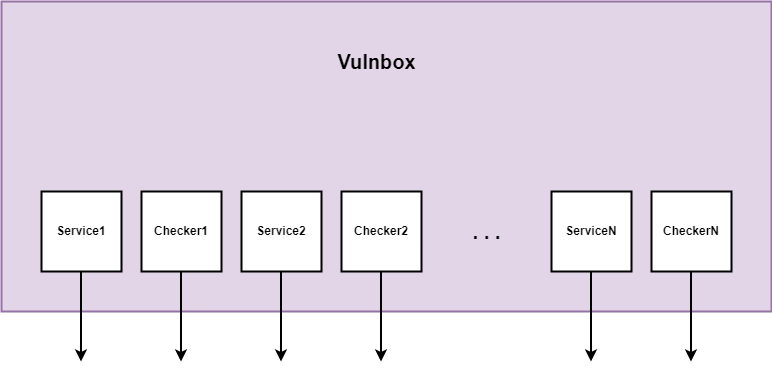
This is docs/img/vulnbox.png from ashiven/enosim, a draw.io export, as it was before one commit. Source tidied: cells renumbered, new cells last; positions are measured from the earlier drawing's top-left corner, leaving out a move shared by most shapes.
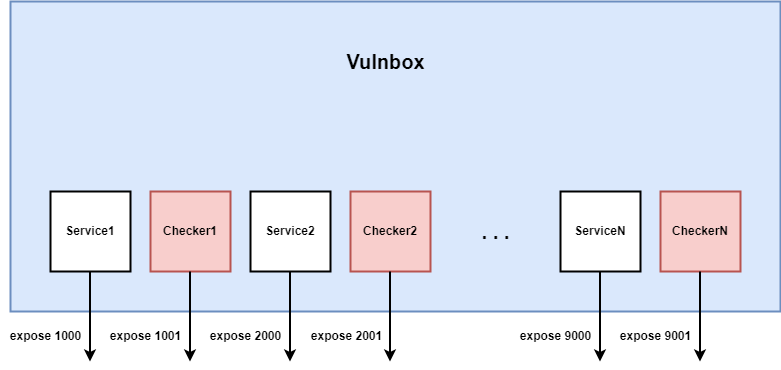
Above is the later version.

What changed in the source:
```diff
@@ -2,16 +2,16 @@
   <root>
     <mxCell id="0" />
     <mxCell id="1" parent="0" />
-    <mxCell id="2" style="rounded=0;whiteSpace=wrap;html=1;fillColor=#e1d5e7;strokeColor=#9673a6;strokeWidth=2;fontStyle=1;" parent="1" vertex="1">
+    <mxCell id="2" style="rounded=0;whiteSpace=wrap;html=1;fillColor=#dae8fc;strokeColor=#6c8ebf;strokeWidth=2;fontStyle=1;" parent="1" vertex="1">
       <mxGeometry width="770" height="310" as="geometry" />
     </mxCell>
     <mxCell id="3" value="Service1" style="whiteSpace=wrap;html=1;strokeWidth=2;fontStyle=1;" parent="1" vertex="1">
       <mxGeometry x="40" y="190" width="80" height="80" as="geometry" />
     </mxCell>
-    <mxCell id="4" value="Checker1" style="whiteSpace=wrap;html=1;strokeWidth=2;fontStyle=1;" parent="1" vertex="1">
+    <mxCell id="4" value="Checker1" style="whiteSpace=wrap;html=1;strokeWidth=2;fontStyle=1;fillColor=#f8cecc;strokeColor=#b85450;" parent="1" vertex="1">
       <mxGeometry x="140" y="190" width="80" height="80" as="geometry" />
     </mxCell>
-    <mxCell id="5" value="Checker2" style="whiteSpace=wrap;html=1;strokeWidth=2;fontStyle=1;" parent="1" vertex="1">
+    <mxCell id="5" value="Checker2" style="whiteSpace=wrap;html=1;strokeWidth=2;fontStyle=1;fillColor=#f8cecc;strokeColor=#b85450;" parent="1" vertex="1">
       <mxGeometry x="340" y="190" width="80" height="80" as="geometry" />
     </mxCell>
     <mxCell id="6" value="Service2" style="whiteSpace=wrap;html=1;strokeWidth=2;fontStyle=1;" parent="1" vertex="1">
@@ -20,7 +20,7 @@
     <mxCell id="7" value="ServiceN" style="whiteSpace=wrap;html=1;strokeWidth=2;fontStyle=1;" parent="1" vertex="1">
       <mxGeometry x="550" y="190" width="80" height="80" as="geometry" />
     </mxCell>
-    <mxCell id="8" value="CheckerN" style="whiteSpace=wrap;html=1;strokeWidth=2;fontStyle=1;" parent="1" vertex="1">
+    <mxCell id="8" value="CheckerN" style="whiteSpace=wrap;html=1;strokeWidth=2;fontStyle=1;fillColor=#f8cecc;strokeColor=#b85450;" parent="1" vertex="1">
       <mxGeometry x="650" y="190" width="80" height="80" as="geometry" />
     </mxCell>
     <mxCell id="9" value="&lt;b&gt;&lt;font style=&quot;font-size: 20px;&quot;&gt;Vulnbox&lt;/font&gt;&lt;/b&gt;" style="text;html=1;align=center;verticalAlign=middle;strokeColor=none;fillColor=none;" parent="1" vertex="1">
@@ -29,41 +29,59 @@
     <mxCell id="10" value=". . ." style="text;html=1;align=center;verticalAlign=middle;strokeColor=none;fillColor=none;fontStyle=1;fontSize=20;" parent="1" vertex="1">
       <mxGeometry x="460" y="210" width="50" height="40" as="geometry" />
     </mxCell>
-    <mxCell id="11" style="endArrow=classic;html=1;rounded=0;fontColor=#000000;strokeWidth=2;" parent="1" edge="1">
+    <mxCell id="11" style="endArrow=classic;html=1;rounded=0;fontColor=#000000;strokeWidth=2;fontStyle=1;" parent="1" edge="1">
       <mxGeometry relative="1" as="geometry">
         <mxPoint x="79.5" y="270" as="sourcePoint" />
         <mxPoint x="79.5" y="360" as="targetPoint" />
       </mxGeometry>
     </mxCell>
-    <mxCell id="12" style="endArrow=classic;html=1;rounded=0;fontColor=#000000;strokeWidth=2;" parent="1" edge="1">
+    <mxCell id="12" style="endArrow=classic;html=1;rounded=0;fontColor=#000000;strokeWidth=2;fontStyle=1;" parent="1" edge="1">
       <mxGeometry relative="1" as="geometry">
         <mxPoint x="689.5" y="270" as="sourcePoint" />
         <mxPoint x="689.5" y="360" as="targetPoint" />
       </mxGeometry>
     </mxCell>
-    <mxCell id="13" style="endArrow=classic;html=1;rounded=0;fontColor=#000000;strokeWidth=2;" parent="1" edge="1">
+    <mxCell id="13" style="endArrow=classic;html=1;rounded=0;fontColor=#000000;strokeWidth=2;fontStyle=1;" parent="1" edge="1">
       <mxGeometry relative="1" as="geometry">
         <mxPoint x="589.5" y="270" as="sourcePoint" />
         <mxPoint x="589.5" y="360" as="targetPoint" />
       </mxGeometry>
     </mxCell>
-    <mxCell id="14" style="endArrow=classic;html=1;rounded=0;fontColor=#000000;strokeWidth=2;" parent="1" edge="1">
+    <mxCell id="14" style="endArrow=classic;html=1;rounded=0;fontColor=#000000;strokeWidth=2;fontStyle=1;" parent="1" edge="1">
       <mxGeometry relative="1" as="geometry">
         <mxPoint x="379.5" y="270" as="sourcePoint" />
         <mxPoint x="379.5" y="360" as="targetPoint" />
       </mxGeometry>
     </mxCell>
-    <mxCell id="15" style="endArrow=classic;html=1;rounded=0;fontColor=#000000;strokeWidth=2;" parent="1" edge="1">
+    <mxCell id="15" style="endArrow=classic;html=1;rounded=0;fontColor=#000000;strokeWidth=2;fontStyle=1;" parent="1" edge="1">
       <mxGeometry relative="1" as="geometry">
         <mxPoint x="279.5" y="270" as="sourcePoint" />
         <mxPoint x="279.5" y="360" as="targetPoint" />
       </mxGeometry>
     </mxCell>
-    <mxCell id="16" style="endArrow=classic;html=1;rounded=0;fontColor=#000000;strokeWidth=2;" parent="1" edge="1">
+    <mxCell id="16" style="endArrow=classic;html=1;rounded=0;fontColor=#000000;strokeWidth=2;fontStyle=1;" parent="1" edge="1">
       <mxGeometry relative="1" as="geometry">
         <mxPoint x="179.5" y="270" as="sourcePoint" />
         <mxPoint x="179.5" y="360" as="targetPoint" />
       </mxGeometry>
     </mxCell>
+    <mxCell id="17" value="expose 1000" style="text;html=1;align=center;verticalAlign=middle;strokeColor=none;fillColor=none;fontStyle=1;" parent="1" vertex="1">
+      <mxGeometry x="-10" y="320" width="90" height="30" as="geometry" />
+    </mxCell>
+    <mxCell id="18" value="expose 1001" style="text;html=1;align=center;verticalAlign=middle;strokeColor=none;fillColor=none;fontStyle=1;" parent="1" vertex="1">
+      <mxGeometry x="90" y="320" width="90" height="30" as="geometry" />
+    </mxCell>
+    <mxCell id="19" value="expose 2000" style="text;html=1;align=center;verticalAlign=middle;strokeColor=none;fillColor=none;fontStyle=1;" parent="1" vertex="1">
+      <mxGeometry x="190" y="320" width="90" height="30" as="geometry" />
+    </mxCell>
+    <mxCell id="20" value="expose 2001" style="text;html=1;align=center;verticalAlign=middle;strokeColor=none;fillColor=none;fontStyle=1;" parent="1" vertex="1">
+      <mxGeometry x="291" y="320" width="90" height="30" as="geometry" />
+    </mxCell>
+    <mxCell id="21" value="expose 9000" style="text;html=1;align=center;verticalAlign=middle;strokeColor=none;fillColor=none;fontStyle=1;" parent="1" vertex="1">
+      <mxGeometry x="500" y="320" width="90" height="30" as="geometry" />
+    </mxCell>
+    <mxCell id="22" value="expose 9001" style="text;html=1;align=center;verticalAlign=middle;strokeColor=none;fillColor=none;fontStyle=1;" parent="1" vertex="1">
+      <mxGeometry x="600" y="320" width="90" height="30" as="geometry" />
+    </mxCell>
   </root>
 </mxGraphModel>
```
